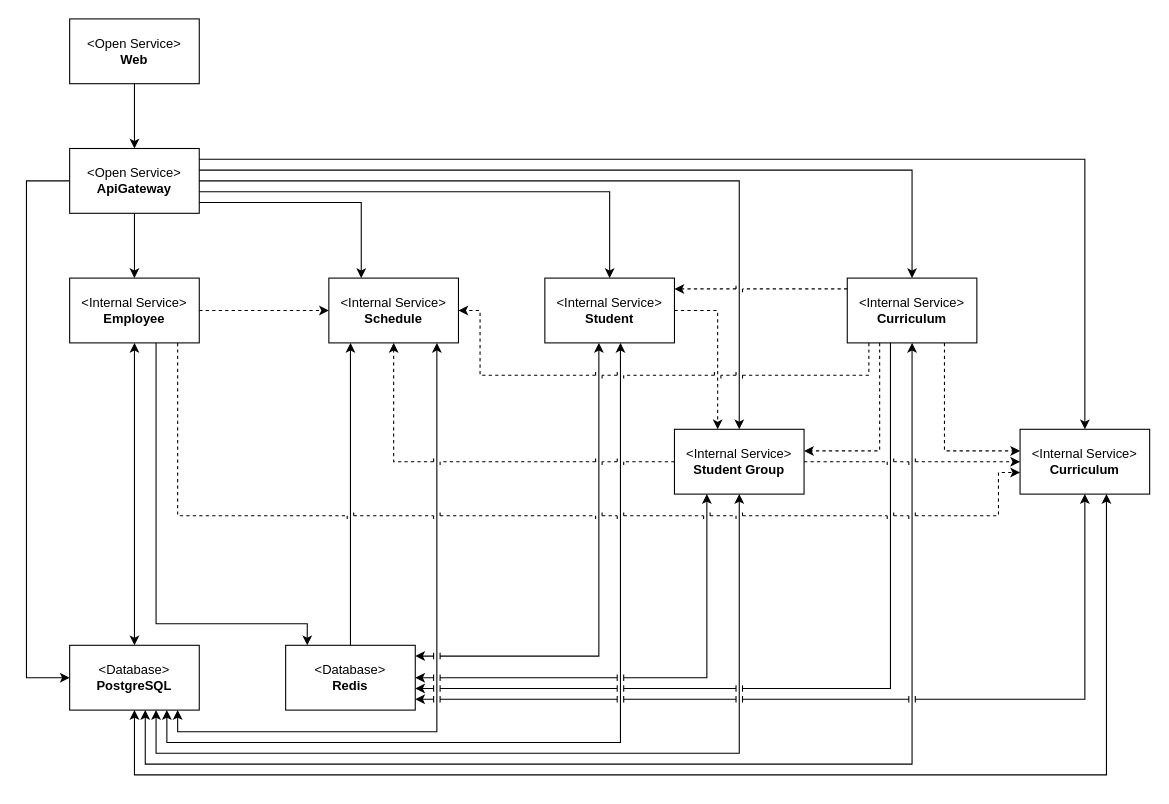
Above: docs/architecture.drawio in IrusHunter/duckademic (draw.io), before the change. Source tidied: cells renumbered, new cells numbered last; positions are measured from the earlier drawing's top-left corner, leaving out a move shared by most shapes. Both pictures are drawn from the tidied source at 108%, with x=0, y=0 at pixel (26, 18).
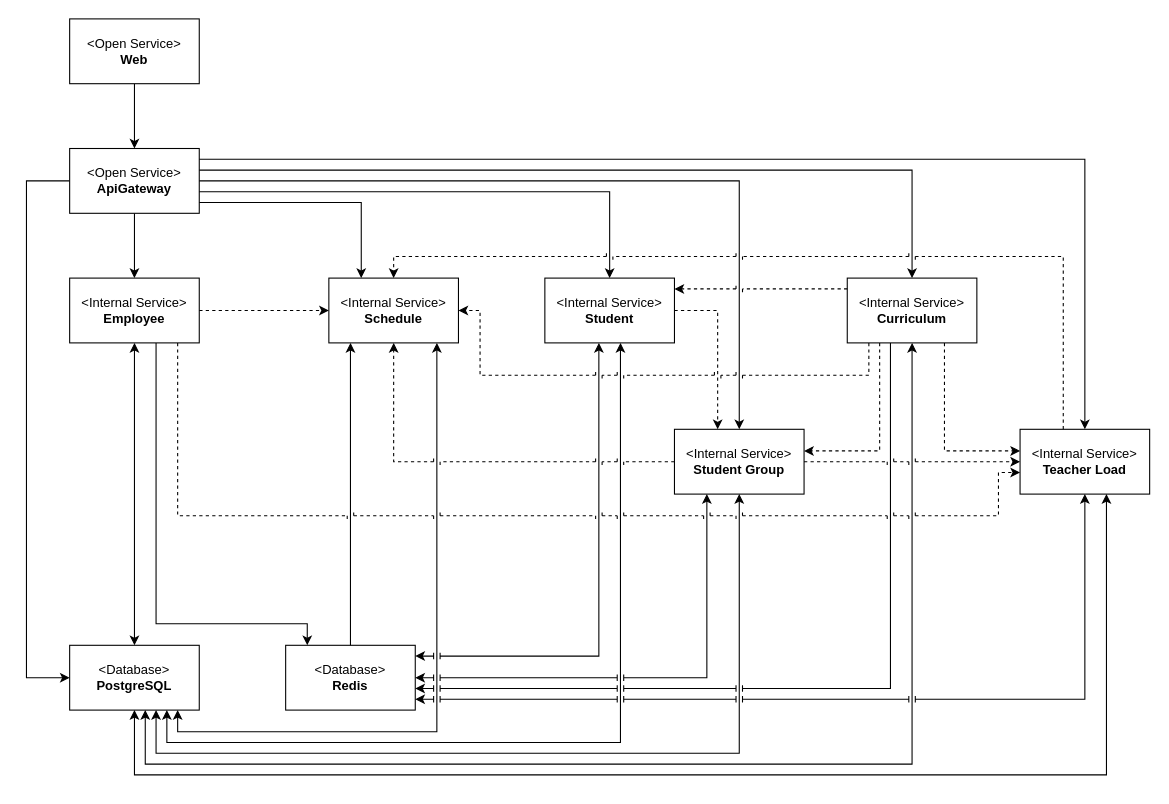
Above is the later version.

Unchanged cells that the change refers to:
```xml
<mxCell id="11" value="&amp;lt;Internal Service&amp;gt;&lt;div&gt;&lt;b&gt;Schedule&lt;/b&gt;&lt;/div&gt;" style="html=1;whiteSpace=wrap;" parent="1" vertex="1">
  <mxGeometry x="280" y="240" width="120" height="60" as="geometry" />
</mxCell>
```

Diff of the diagram source:
```diff
@@
-    <mxCell id="35" value="&amp;lt;Internal Service&amp;gt;&lt;div&gt;&lt;b&gt;Curriculum&lt;/b&gt;&lt;/div&gt;" style="html=1;whiteSpace=wrap;" parent="1" vertex="1">
+    <mxCell id="35" value="&amp;lt;Internal Service&amp;gt;&lt;div&gt;&lt;b&gt;Teacher Load&lt;/b&gt;&lt;/div&gt;" style="html=1;whiteSpace=wrap;" parent="1" vertex="1">
       <mxGeometry x="920" y="380" width="120" height="60" as="geometry" />
     </mxCell>
@@
+    <mxCell id="42" style="edgeStyle=orthogonalEdgeStyle;html=1;rounded=0;curved=0;dashed=1;jumpStyle=line;" parent="1" edge="1" source="35" target="11">
+      <mxGeometry relative="1" as="geometry">
+        <Array as="points">
+          <mxPoint x="960" y="220" />
+          <mxPoint x="340" y="220" />
+        </Array>
+      </mxGeometry>
+    </mxCell>
```
